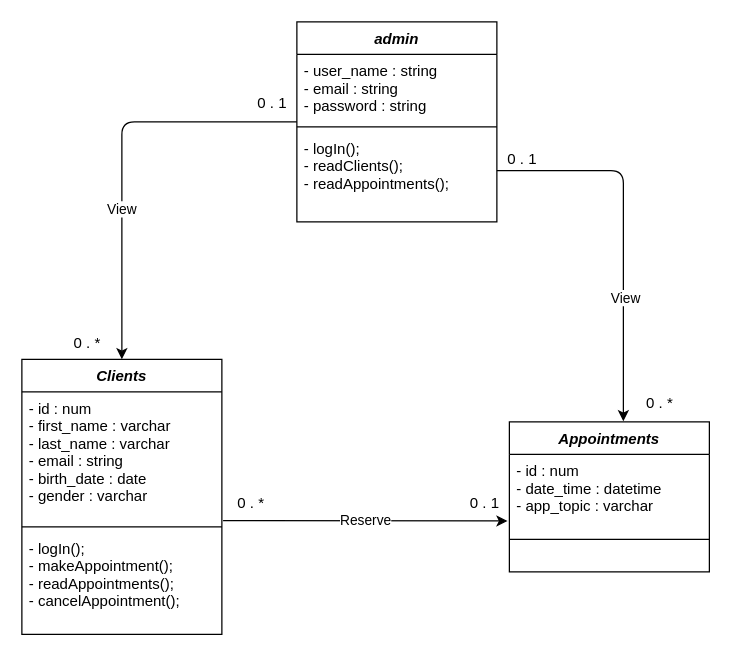
Earlier version of the draw.io diagram UML/class.drawio (daalimouhcine/cabinet_dentaier). Source tidied: cells renumbered, new cells numbered last; positions are measured from the earlier drawing's top-left corner, leaving out a move shared by most shapes. Both pictures are drawn from the tidied source at 125%, with x=0, y=0 at pixel (21, 21).
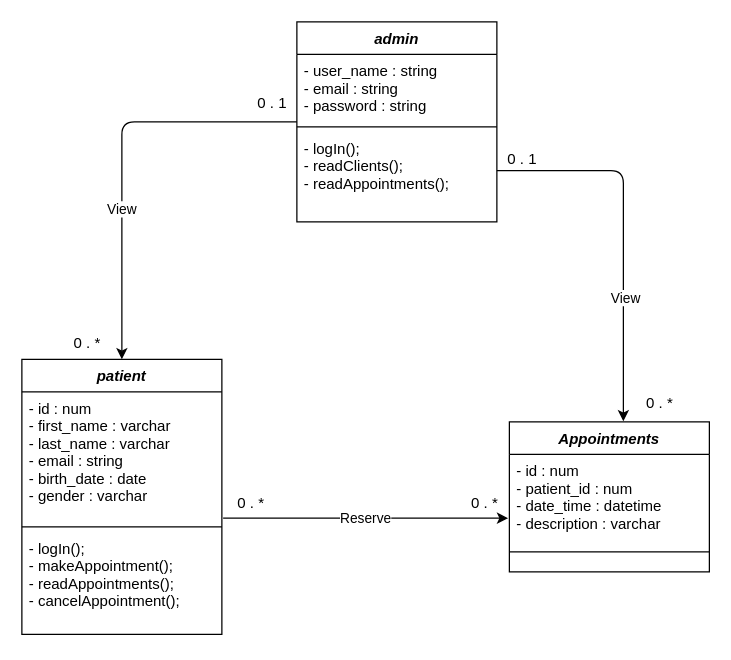
Above is the later version.

Unchanged cells that the change refers to:
```xml
<mxCell id="8" value="- id : num&#10;- first_name : varchar&#10;- last_name : varchar&#10;- email : string &#10;- birth_date : date&#10;- gender : varchar" style="text;align=left;verticalAlign=top;spacingLeft=4;spacingRight=4;overflow=hidden;points=[[0,0.5],[1,0.5]];portConstraint=eastwest;rounded=0;shadow=0;html=0;" parent="7" vertex="1">
  <mxGeometry y="26" width="160" height="104" as="geometry" />
</mxCell>
<mxCell id="11" value="Appointments" style="swimlane;fontStyle=3;align=center;verticalAlign=top;horizontal=1;startSize=26;rounded=0;shadow=0;strokeWidth=1;" parent="1" vertex="1">
  <mxGeometry x="390" y="320" width="160" height="120" as="geometry" />
</mxCell>
```

Change to the diagram source:
```diff
@@
-    <mxCell id="7" value="Clients" style="swimlane;fontStyle=3;align=center;verticalAlign=top;horizontal=1;startSize=26;rounded=0;shadow=0;strokeWidth=1;" parent="1" vertex="1">
+    <mxCell id="7" value="patient" style="swimlane;fontStyle=3;align=center;verticalAlign=top;horizontal=1;startSize=26;rounded=0;shadow=0;strokeWidth=1;" parent="1" vertex="1">
       <mxGeometry y="270" width="160" height="220" as="geometry" />
     </mxCell>
@@
-    <mxCell id="12" value="- id : num&#10;- date_time : datetime&#10;- app_topic : varchar&#10;" style="text;align=left;verticalAlign=top;spacingLeft=4;spacingRight=4;overflow=hidden;points=[[0,0.5],[1,0.5]];portConstraint=eastwest;rounded=0;shadow=0;html=0;" parent="11" vertex="1">
-      <mxGeometry y="26" width="160" height="64" as="geometry" />
+    <mxCell id="12" value="- id : num&#10;- patient_id : num&#10;- date_time : datetime&#10;- description : varchar&#10;" style="text;align=left;verticalAlign=top;spacingLeft=4;spacingRight=4;overflow=hidden;points=[[0,0.5],[1,0.5]];portConstraint=eastwest;rounded=0;shadow=0;html=0;" parent="11" vertex="1">
+      <mxGeometry y="26" width="160" height="74" as="geometry" />
     </mxCell>
     <mxCell id="13" style="line;html=1;strokeWidth=1;align=left;verticalAlign=middle;spacingTop=-1;spacingLeft=3;spacingRight=3;labelPosition=right;" parent="11" vertex="1">
-      <mxGeometry y="90" width="160" height="8" as="geometry" />
+      <mxGeometry y="100" width="160" height="8" as="geometry" />
     </mxCell>
-    <mxCell id="14" value="Reserve" style="edgeStyle=none;html=1;entryX=-0.009;entryY=0.832;entryDx=0;entryDy=0;entryPerimeter=0;exitX=1.006;exitY=0.99;exitDx=0;exitDy=0;exitPerimeter=0;" parent="1" edge="1" source="8" target="12">
-      <mxGeometry relative="1" as="geometry" />
+    <mxCell id="14" value="Reserve" style="edgeStyle=none;html=1;exitX=1.006;exitY=0.99;exitDx=0;exitDy=0;exitPerimeter=0;" parent="1" edge="1">
+      <mxGeometry relative="1" as="geometry">
+        <mxPoint x="161" y="397" as="sourcePoint" />
+        <mxPoint x="389" y="397" as="targetPoint" />
+      </mxGeometry>
     </mxCell>
@@
-    <mxCell id="16" value="0 . 1" style="text;html=1;align=center;verticalAlign=middle;strokeColor=none;fillColor=none;" parent="1" vertex="1">
+    <mxCell id="16" value="0 . *" style="text;html=1;align=center;verticalAlign=middle;strokeColor=none;fillColor=none;" parent="1" vertex="1">
       <mxGeometry x="350" y="375" width="40" height="20" as="geometry" />
     </mxCell>
```
